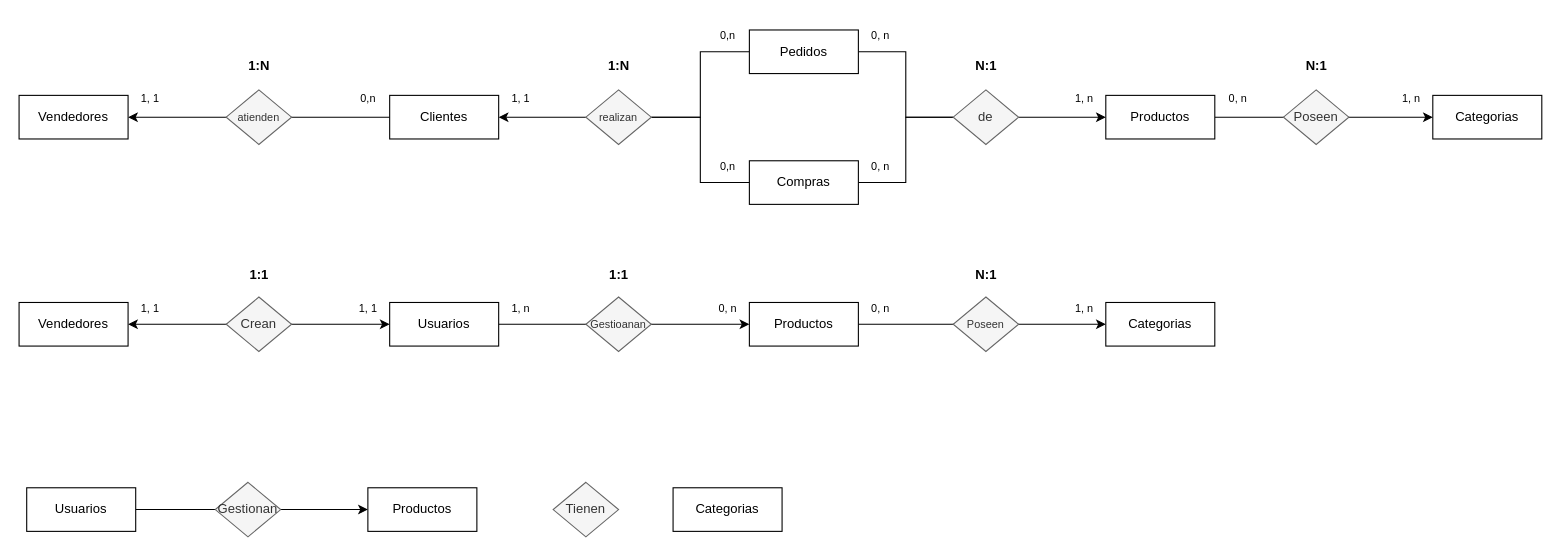
The draw.io diagram page "Modelo Entidad Relacion" (1 of 4) of TEG.drawio in AlbanyNVRodriguez/draw---diagrams, before the edit. Source tidied: cells renumbered, new cells numbered last; positions are measured from the earlier drawing's top-left corner, leaving out a move shared by most shapes. Both pictures are drawn from the tidied source at 109%, with x=0, y=0 at pixel (19, 19).
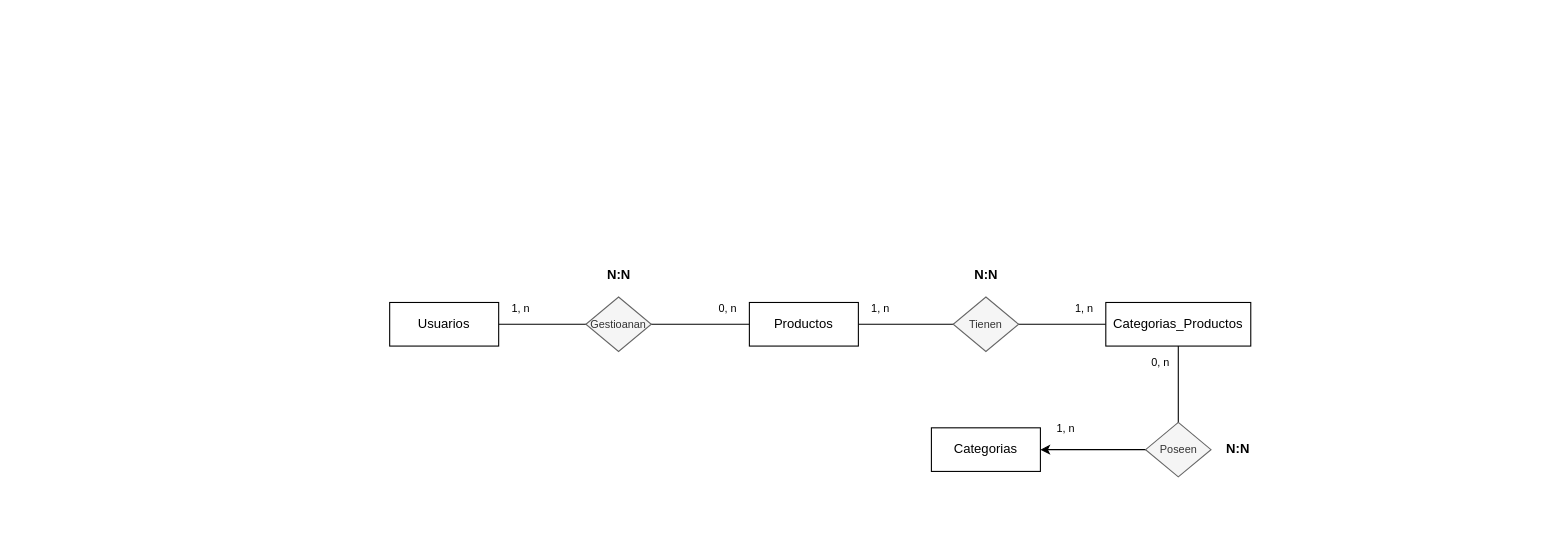
The same diagram, later.

Unchanged cells that the change refers to:
```xml
<mxCell id="34" value="Usuarios" style="whiteSpace=wrap;html=1;align=center;" parent="1" vertex="1">
  <mxGeometry x="340" y="260" width="100" height="40" as="geometry" />
</mxCell>
<mxCell id="37" value="Productos" style="whiteSpace=wrap;html=1;align=center;" parent="1" vertex="1">
  <mxGeometry x="670" y="260" width="100" height="40" as="geometry" />
</mxCell>
```

Diff of the diagram source:
```diff
@@
-    <mxCell id="2" value="Clientes" style="whiteSpace=wrap;html=1;align=center;" parent="1" vertex="1">
-      <mxGeometry x="340" y="70" width="100" height="40" as="geometry" />
-    </mxCell>
-    <mxCell id="3" style="edgeStyle=orthogonalEdgeStyle;rounded=0;jettySize=auto;html=1;startArrow=classic;startFill=1;endArrow=none;endFill=0;" parent="1" edge="1" source="4" target="2">
-      <mxGeometry relative="1" as="geometry" />
-    </mxCell>
-    <mxCell id="4" value="Vendedores" style="whiteSpace=wrap;html=1;align=center;" parent="1" vertex="1">
-      <mxGeometry y="70" width="100" height="40" as="geometry" />
-    </mxCell>
-    <mxCell id="5" value="Categorias" style="whiteSpace=wrap;html=1;align=center;" parent="1" vertex="1">
-      <mxGeometry x="1297" y="70" width="100" height="40" as="geometry" />
-    </mxCell>
-    <mxCell id="6" style="edgeStyle=orthogonalEdgeStyle;rounded=0;jettySize=auto;html=1;entryX=0;entryY=0.5;entryDx=0;entryDy=0;" parent="1" edge="1" source="7" target="5">
-      <mxGeometry relative="1" as="geometry" />
-    </mxCell>
-    <mxCell id="7" value="Productos" style="whiteSpace=wrap;html=1;align=center;" parent="1" vertex="1">
-      <mxGeometry x="997" y="70" width="100" height="40" as="geometry" />
-    </mxCell>
-    <mxCell id="8" style="edgeStyle=orthogonalEdgeStyle;rounded=0;jettySize=auto;html=1;entryX=1;entryY=0.5;entryDx=0;entryDy=0;endArrow=none;endFill=0;" parent="1" edge="1" source="10" target="15">
-      <mxGeometry relative="1" as="geometry" />
-    </mxCell>
-    <mxCell id="9" style="edgeStyle=orthogonalEdgeStyle;rounded=0;jettySize=auto;html=1;entryX=0;entryY=0.5;entryDx=0;entryDy=0;endArrow=none;endFill=0;" parent="1" edge="1" source="10" target="17">
-      <mxGeometry relative="1" as="geometry" />
-    </mxCell>
-    <mxCell id="10" value="Compras" style="whiteSpace=wrap;html=1;align=center;" parent="1" vertex="1">
-      <mxGeometry x="670" y="130" width="100" height="40" as="geometry" />
-    </mxCell>
-    <mxCell id="11" style="edgeStyle=orthogonalEdgeStyle;rounded=0;jettySize=auto;html=1;entryX=1;entryY=0.5;entryDx=0;entryDy=0;endArrow=none;endFill=0;" parent="1" edge="1" source="13" target="15">
-      <mxGeometry relative="1" as="geometry" />
-    </mxCell>
-    <mxCell id="12" style="edgeStyle=orthogonalEdgeStyle;rounded=0;jettySize=auto;html=1;entryX=0;entryY=0.5;entryDx=0;entryDy=0;endArrow=none;endFill=0;" parent="1" edge="1" source="13" target="17">
-      <mxGeometry relative="1" as="geometry" />
-    </mxCell>
-    <mxCell id="13" value="Pedidos" style="whiteSpace=wrap;html=1;align=center;" parent="1" vertex="1">
-      <mxGeometry x="670" y="10" width="100" height="40" as="geometry" />
-    </mxCell>
-    <mxCell id="14" style="edgeStyle=orthogonalEdgeStyle;rounded=0;jettySize=auto;html=1;entryX=1;entryY=0.5;entryDx=0;entryDy=0;" parent="1" edge="1" source="15" target="2">
-      <mxGeometry relative="1" as="geometry" />
-    </mxCell>
-    <mxCell id="15" value="realizan" style="shape=rhombus;html=1;dashed=0;whiteSpace=wrap;perimeter=rhombusPerimeter;fontSize=10;fillColor=#f5f5f5;fontColor=#333333;strokeColor=#666666;" parent="1" vertex="1">
-      <mxGeometry x="520" y="65" width="60" height="50" as="geometry" />
-    </mxCell>
-    <mxCell id="16" style="edgeStyle=orthogonalEdgeStyle;rounded=0;jettySize=auto;html=1;entryX=0;entryY=0.5;entryDx=0;entryDy=0;" parent="1" edge="1" source="17">
-      <mxGeometry relative="1" as="geometry">
-        <mxPoint x="997" y="90" as="targetPoint" />
-      </mxGeometry>
-    </mxCell>
-    <mxCell id="17" value="de" style="shape=rhombus;html=1;dashed=0;whiteSpace=wrap;perimeter=rhombusPerimeter;fillColor=#f5f5f5;fontColor=#333333;strokeColor=#666666;" parent="1" vertex="1">
-      <mxGeometry x="857" y="65" width="60" height="50" as="geometry" />
-    </mxCell>
-    <mxCell id="18" value="Poseen" style="shape=rhombus;html=1;dashed=0;whiteSpace=wrap;perimeter=rhombusPerimeter;fontSize=12;fillColor=#f5f5f5;fontColor=#333333;strokeColor=#666666;" parent="1" vertex="1">
-      <mxGeometry x="1160" y="65" width="60" height="50" as="geometry" />
-    </mxCell>
-    <mxCell id="19" value="atienden" style="shape=rhombus;html=1;dashed=0;whiteSpace=wrap;perimeter=rhombusPerimeter;fontSize=10;fillColor=#f5f5f5;fontColor=#333333;strokeColor=#666666;" parent="1" vertex="1">
-      <mxGeometry x="190" y="65" width="60" height="50" as="geometry" />
-    </mxCell>
-    <mxCell id="20" value="0,n" style="text;html=1;align=center;verticalAlign=middle;strokeColor=none;fillColor=none;fontSize=10;" parent="1" vertex="1">
-      <mxGeometry x="300" y="58" width="40" height="30" as="geometry" />
-    </mxCell>
-    <mxCell id="21" value="1, 1" style="text;html=1;align=center;verticalAlign=middle;strokeColor=none;fillColor=none;fontSize=10;" parent="1" vertex="1">
-      <mxGeometry x="100" y="58" width="40" height="30" as="geometry" />
-    </mxCell>
-    <mxCell id="22" value="0,n" style="text;html=1;align=center;verticalAlign=middle;strokeColor=none;fillColor=none;fontSize=10;" parent="1" vertex="1">
-      <mxGeometry x="630" width="40" height="30" as="geometry" />
-    </mxCell>
-    <mxCell id="23" value="0,n" style="text;html=1;align=center;verticalAlign=middle;strokeColor=none;fillColor=none;fontSize=10;" parent="1" vertex="1">
-      <mxGeometry x="630" y="120" width="40" height="30" as="geometry" />
-    </mxCell>
-    <mxCell id="24" value="1, 1" style="text;html=1;align=center;verticalAlign=middle;strokeColor=none;fillColor=none;fontSize=10;" parent="1" vertex="1">
-      <mxGeometry x="440" y="58" width="40" height="30" as="geometry" />
-    </mxCell>
-    <mxCell id="25" value="1, n" style="text;html=1;align=center;verticalAlign=middle;strokeColor=none;fillColor=none;fontSize=10;" parent="1" vertex="1">
-      <mxGeometry x="957" y="58" width="40" height="30" as="geometry" />
-    </mxCell>
-    <mxCell id="26" value="0, n" style="text;html=1;align=center;verticalAlign=middle;strokeColor=none;fillColor=none;fontSize=10;" parent="1" vertex="1">
-      <mxGeometry x="770" width="40" height="30" as="geometry" />
-    </mxCell>
-    <mxCell id="27" value="0, n" style="text;html=1;align=center;verticalAlign=middle;strokeColor=none;fillColor=none;fontSize=10;" parent="1" vertex="1">
-      <mxGeometry x="770" y="120" width="40" height="30" as="geometry" />
-    </mxCell>
-    <mxCell id="28" value="1, n" style="text;html=1;align=center;verticalAlign=middle;strokeColor=none;fillColor=none;fontSize=10;" parent="1" vertex="1">
-      <mxGeometry x="1257" y="58" width="40" height="30" as="geometry" />
-    </mxCell>
-    <mxCell id="29" value="0, n" style="text;html=1;align=center;verticalAlign=middle;strokeColor=none;fillColor=none;fontSize=10;" parent="1" vertex="1">
-      <mxGeometry x="1098" y="58" width="40" height="30" as="geometry" />
-    </mxCell>
-    <mxCell id="30" style="edgeStyle=orthogonalEdgeStyle;rounded=0;jettySize=auto;html=1;entryX=0;entryY=0.5;entryDx=0;entryDy=0;startArrow=classic;startFill=1;" parent="1" edge="1" source="31" target="34">
-      <mxGeometry relative="1" as="geometry" />
-    </mxCell>
-    <mxCell id="31" value="Vendedores" style="whiteSpace=wrap;html=1;align=center;" parent="1" vertex="1">
-      <mxGeometry y="260" width="100" height="40" as="geometry" />
-    </mxCell>
-    <mxCell id="32" value="Crean" style="shape=rhombus;html=1;dashed=0;whiteSpace=wrap;perimeter=rhombusPerimeter;fontSize=12;fillColor=#f5f5f5;fontColor=#333333;strokeColor=#666666;" parent="1" vertex="1">
-      <mxGeometry x="190" y="255" width="60" height="50" as="geometry" />
-    </mxCell>
-    <mxCell id="33" style="edgeStyle=orthogonalEdgeStyle;rounded=0;jettySize=auto;html=1;" parent="1" edge="1" source="34" target="37">
+    <mxCell id="33" style="edgeStyle=orthogonalEdgeStyle;rounded=0;jettySize=auto;html=1;endArrow=none;endFill=0;" parent="1" edge="1" source="34" target="37">
       <mxGeometry relative="1" as="geometry" />
     </mxCell>
@@
-    <mxCell id="36" style="edgeStyle=orthogonalEdgeStyle;rounded=0;jettySize=auto;html=1;entryX=0;entryY=0.5;entryDx=0;entryDy=0;" parent="1" edge="1" source="37" target="39">
+    <mxCell id="36" style="edgeStyle=orthogonalEdgeStyle;rounded=0;jettySize=auto;html=1;entryX=0;entryY=0.5;entryDx=0;entryDy=0;endArrow=none;endFill=0;" parent="1" edge="1" source="37" target="39">
       <mxGeometry relative="1" as="geometry" />
     </mxCell>
@@
-    <mxCell id="38" value="Poseen" style="shape=rhombus;html=1;dashed=0;whiteSpace=wrap;perimeter=rhombusPerimeter;fontSize=10;fillColor=#f5f5f5;fontColor=#333333;strokeColor=#666666;" parent="1" vertex="1">
+    <mxCell id="38" value="Tienen" style="shape=rhombus;html=1;dashed=0;whiteSpace=wrap;perimeter=rhombusPerimeter;fontSize=10;fillColor=#f5f5f5;fontColor=#333333;strokeColor=#666666;" parent="1" vertex="1">
       <mxGeometry x="857" y="255" width="60" height="50" as="geometry" />
     </mxCell>
+    <mxCell id="59" style="edgeStyle=orthogonalEdgeStyle;rounded=0;jettySize=auto;html=1;entryX=1;entryY=0.5;entryDx=0;entryDy=0;" parent="1" edge="1" source="39" target="58">
+      <mxGeometry relative="1" as="geometry">
+        <Array as="points">
+          <mxPoint x="1063" y="395" />
+        </Array>
+      </mxGeometry>
+    </mxCell>
-    <mxCell id="39" value="Categorias" style="whiteSpace=wrap;html=1;align=center;" parent="1" vertex="1">
-      <mxGeometry x="997" y="260" width="100" height="40" as="geometry" />
+    <mxCell id="39" value="Categorias_Productos" style="whiteSpace=wrap;html=1;align=center;" parent="1" vertex="1">
+      <mxGeometry x="997" y="260" width="133" height="40" as="geometry" />
     </mxCell>
-    <mxCell id="40" value="1:N" style="text;html=1;align=center;verticalAlign=middle;strokeColor=none;fillColor=none;fontStyle=1;" parent="1" vertex="1">
-      <mxGeometry x="200" y="28" width="40" height="30" as="geometry" />
-    </mxCell>
-    <mxCell id="41" value="1:N" style="text;html=1;align=center;verticalAlign=middle;strokeColor=none;fillColor=none;fontStyle=1;" parent="1" vertex="1">
-      <mxGeometry x="530" y="28" width="40" height="30" as="geometry" />
-    </mxCell>
-    <mxCell id="42" value="N:1" style="text;html=1;align=center;verticalAlign=middle;strokeColor=none;fillColor=none;fontStyle=1;" parent="1" vertex="1">
-      <mxGeometry x="867" y="28" width="40" height="30" as="geometry" />
-    </mxCell>
-    <mxCell id="43" value="N:1" style="text;html=1;align=center;verticalAlign=middle;strokeColor=none;fillColor=none;fontStyle=1;" parent="1" vertex="1">
-      <mxGeometry x="1170" y="28" width="40" height="30" as="geometry" />
-    </mxCell>
-    <mxCell id="44" value="1, 1" style="text;html=1;align=center;verticalAlign=middle;strokeColor=none;fillColor=none;fontSize=10;" parent="1" vertex="1">
-      <mxGeometry x="100" y="250" width="40" height="30" as="geometry" />
-    </mxCell>
@@
-    <mxCell id="46" value="1:1" style="text;html=1;align=center;verticalAlign=middle;strokeColor=none;fillColor=none;fontStyle=1;" parent="1" vertex="1">
-      <mxGeometry x="200" y="220" width="40" height="30" as="geometry" />
-    </mxCell>
-    <mxCell id="47" value="1:1" style="text;html=1;align=center;verticalAlign=middle;strokeColor=none;fillColor=none;fontStyle=1;" parent="1" vertex="1">
+    <mxCell id="47" value="N:N" style="text;html=1;align=center;verticalAlign=middle;strokeColor=none;fillColor=none;fontStyle=1;" parent="1" vertex="1">
       <mxGeometry x="530" y="220" width="40" height="30" as="geometry" />
     </mxCell>
@@
-    <mxCell id="49" value="1, 1" style="text;html=1;align=center;verticalAlign=middle;strokeColor=none;fillColor=none;fontSize=10;" parent="1" vertex="1">
-      <mxGeometry x="300" y="250" width="40" height="30" as="geometry" />
-    </mxCell>
@@
-    <mxCell id="51" value="0, n" style="text;html=1;align=center;verticalAlign=middle;strokeColor=none;fillColor=none;fontSize=10;" parent="1" vertex="1">
+    <mxCell id="51" value="1, n" style="text;html=1;align=center;verticalAlign=middle;strokeColor=none;fillColor=none;fontSize=10;" parent="1" vertex="1">
       <mxGeometry x="770" y="250" width="40" height="30" as="geometry" />
     </mxCell>
-    <mxCell id="52" value="N:1" style="text;html=1;align=center;verticalAlign=middle;strokeColor=none;fillColor=none;fontStyle=1;" parent="1" vertex="1">
+    <mxCell id="52" value="N:N" style="text;html=1;align=center;verticalAlign=middle;strokeColor=none;fillColor=none;fontStyle=1;" parent="1" vertex="1">
       <mxGeometry x="867" y="220" width="40" height="30" as="geometry" />
     </mxCell>
-    <mxCell id="53" style="edgeStyle=orthogonalEdgeStyle;rounded=0;jettySize=auto;html=1;" parent="1" edge="1" source="54" target="56">
-      <mxGeometry relative="1" as="geometry" />
-    </mxCell>
-    <mxCell id="54" value="Usuarios" style="whiteSpace=wrap;html=1;align=center;" parent="1" vertex="1">
-      <mxGeometry x="7" y="430" width="100" height="40" as="geometry" />
-    </mxCell>
-    <mxCell id="55" value="Gestionan" style="shape=rhombus;html=1;dashed=0;whiteSpace=wrap;perimeter=rhombusPerimeter;fontSize=12;fillColor=#f5f5f5;fontColor=#333333;strokeColor=#666666;" parent="1" vertex="1">
-      <mxGeometry x="180" y="425" width="60" height="50" as="geometry" />
-    </mxCell>
-    <mxCell id="56" value="Productos" style="whiteSpace=wrap;html=1;align=center;" parent="1" vertex="1">
-      <mxGeometry x="320" y="430" width="100" height="40" as="geometry" />
-    </mxCell>
-    <mxCell id="57" value="Tienen" style="shape=rhombus;html=1;dashed=0;whiteSpace=wrap;perimeter=rhombusPerimeter;fontSize=12;fillColor=#f5f5f5;fontColor=#333333;strokeColor=#666666;" parent="1" vertex="1">
-      <mxGeometry x="490" y="425" width="60" height="50" as="geometry" />
-    </mxCell>
     <mxCell id="58" value="Categorias" style="whiteSpace=wrap;html=1;align=center;" parent="1" vertex="1">
-      <mxGeometry x="600" y="430" width="100" height="40" as="geometry" />
+      <mxGeometry x="837" y="375" width="100" height="40" as="geometry" />
     </mxCell>
+    <mxCell id="18" value="Poseen" style="shape=rhombus;html=1;dashed=0;whiteSpace=wrap;perimeter=rhombusPerimeter;fontSize=10;fillColor=#f5f5f5;fontColor=#333333;strokeColor=#666666;" parent="1" vertex="1">
+      <mxGeometry x="1033.5" y="370" width="60" height="50" as="geometry" />
+    </mxCell>
+    <mxCell id="60" value="0, n" style="text;html=1;align=center;verticalAlign=middle;strokeColor=none;fillColor=none;fontSize=10;" parent="1" vertex="1">
+      <mxGeometry x="1027" y="300" width="40" height="30" as="geometry" />
+    </mxCell>
+    <mxCell id="61" value="1, n" style="text;html=1;align=center;verticalAlign=middle;strokeColor=none;fillColor=none;fontSize=10;" parent="1" vertex="1">
+      <mxGeometry x="940" y="360" width="40" height="30" as="geometry" />
+    </mxCell>
+    <mxCell id="62" value="N:N" style="text;html=1;align=center;verticalAlign=middle;strokeColor=none;fillColor=none;fontStyle=1;" parent="1" vertex="1">
+      <mxGeometry x="1098" y="380" width="40" height="30" as="geometry" />
+    </mxCell>
```
